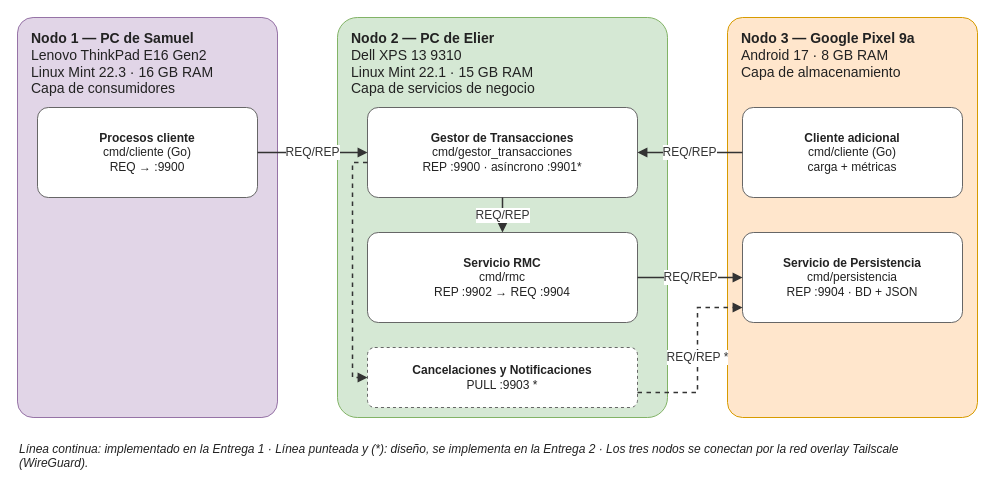
This is docs/diagramas/despliegue.drawio from AdrianMontLin/sistema-reserva-boletos, a draw.io file, before an edit. Source tidied: cells renumbered, new cells numbered last; positions are measured from the earlier drawing's top-left corner, leaving out a move shared by most shapes. Both pictures are drawn from the tidied source at 100%, with x=0, y=0 at pixel (17, 17).
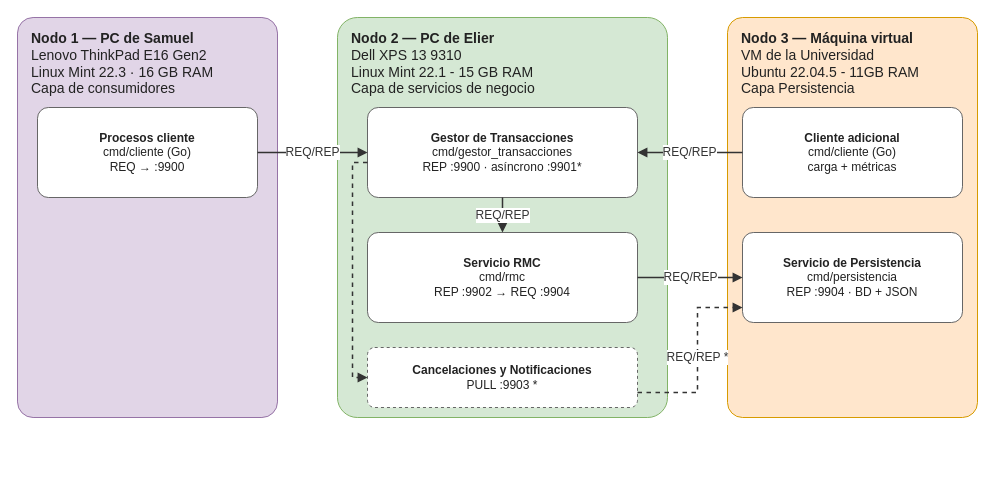
The same diagram, later.

The edit, as a diff of the source:
```diff
@@
-    <mxCell id="3" value="&lt;b&gt;Nodo 2 — PC de Elier&lt;/b&gt;&lt;br&gt;Dell XPS 13 9310&lt;br&gt;Linux Mint 22.1 · 15 GB RAM&lt;br&gt;Capa de servicios de negocio" style="rounded=1;arcSize=6;whiteSpace=wrap;html=1;fillColor=#D5E8D4;strokeColor=#82B366;fontColor=#222222;fontSize=14;verticalAlign=top;align=left;spacingLeft=12;spacingTop=6;" parent="1" vertex="1">
+    <mxCell id="3" value="&lt;b&gt;Nodo 2 — PC de Elier&lt;/b&gt;&lt;br&gt;Dell XPS 13 9310&lt;br&gt;Linux Mint 22.1 - 15 GB RAM&lt;br&gt;Capa de servicios de negocio" style="rounded=1;arcSize=6;whiteSpace=wrap;html=1;fillColor=#D5E8D4;strokeColor=#82B366;fontColor=#222222;fontSize=14;verticalAlign=top;align=left;spacingLeft=12;spacingTop=6;" parent="1" vertex="1">
       <mxGeometry x="320" width="330" height="400" as="geometry" />
     </mxCell>
-    <mxCell id="4" value="&lt;b&gt;Nodo 3 — Google Pixel 9a&lt;/b&gt;&lt;br&gt;Android 17 · 8 GB RAM&lt;br&gt;Capa de almacenamiento" style="rounded=1;arcSize=6;whiteSpace=wrap;html=1;fillColor=#FFE6CC;strokeColor=#D79B00;fontColor=#222222;fontSize=14;verticalAlign=top;align=left;spacingLeft=12;spacingTop=6;" parent="1" vertex="1">
+    <mxCell id="4" value="&lt;b&gt;Nodo 3 — Máquina virtual&lt;/b&gt;&lt;br&gt;VM de la Universidad&lt;div&gt;Ubuntu 22.04.5 - 11GB RAM&lt;/div&gt;&lt;div&gt;Capa Persistencia&lt;/div&gt;" style="rounded=1;arcSize=6;whiteSpace=wrap;html=1;fillColor=#FFE6CC;strokeColor=#D79B00;fontColor=#222222;fontSize=14;verticalAlign=top;align=left;spacingLeft=12;spacingTop=6;" parent="1" vertex="1">
       <mxGeometry x="710" width="250" height="400" as="geometry" />
     </mxCell>
@@
-    <mxCell id="17" value="Línea continua: implementado en la Entrega 1 · Línea punteada y (*): diseño, se implementa en la Entrega 2 · Los tres nodos se conectan por la red overlay Tailscale (WireGuard)." style="text;html=1;align=left;verticalAlign=top;whiteSpace=wrap;fontSize=12;fontColor=#222222;fontStyle=2;" parent="1" vertex="1">
-      <mxGeometry y="418" width="900" height="23" as="geometry" />
-    </mxCell>
```
